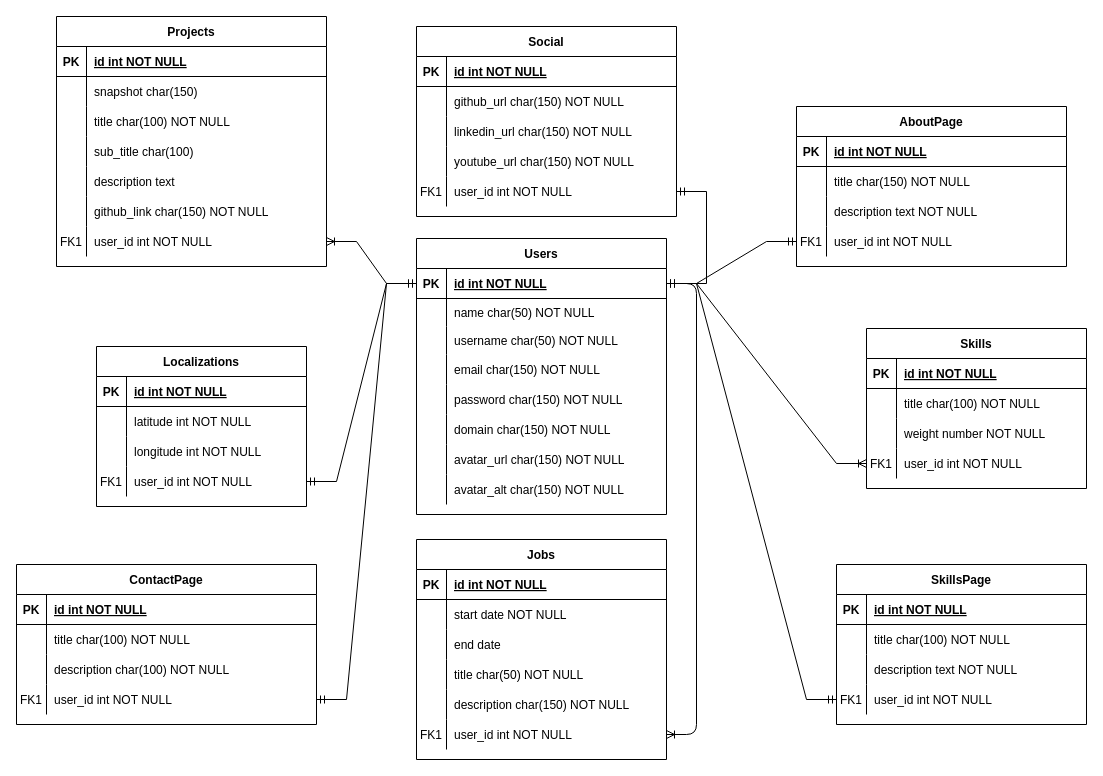
The draw.io diagram ikatoo.drawio in mckatoo/ikatoo-backend-old, before the edit. Source tidied: cells renumbered, new cells numbered last; positions are measured from the earlier drawing's top-left corner, leaving out a move shared by most shapes. Both pictures are drawn from the tidied source at 100%, with x=0, y=0 at pixel (16, 16).
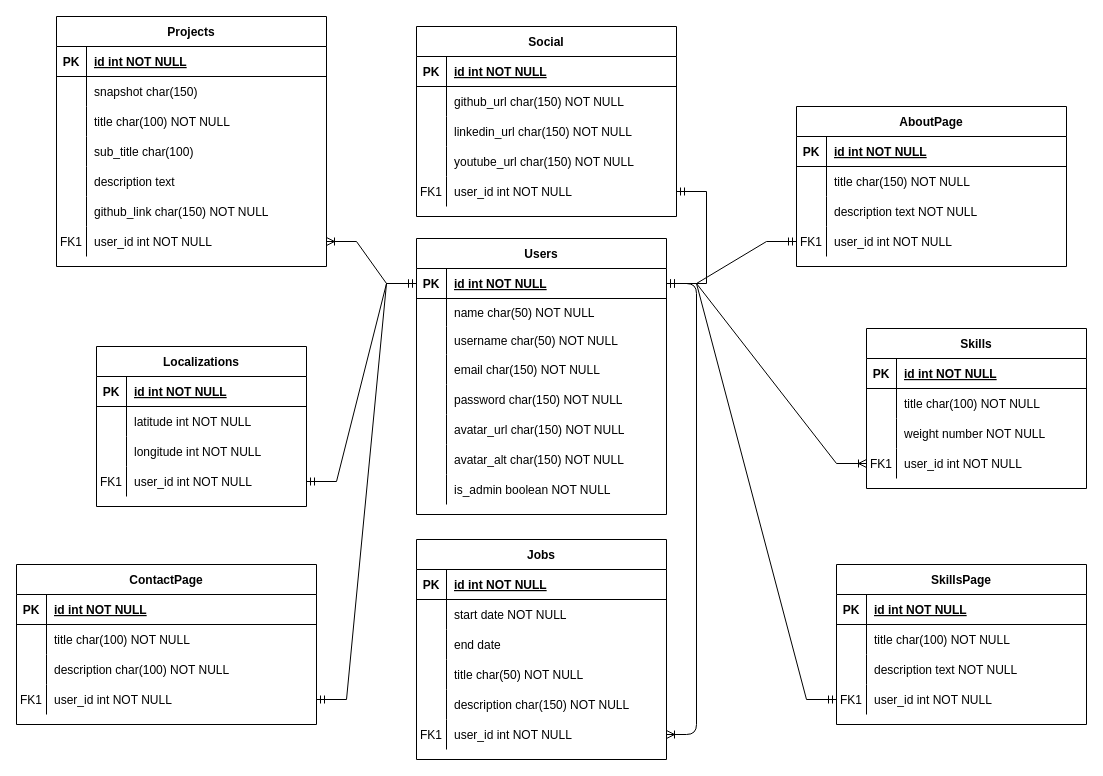
The same page after the edit.

Commit message:
remove domain and add is_admin

The change refers to these unchanged cells:
```xml
<mxCell id="18" value="Users" style="shape=table;startSize=30;childLayout=tableLayout;rowLines=0;fontStyle=1;align=center;" parent="1" vertex="1">
  <mxGeometry x="400" y="222" width="250" height="276" as="geometry" />
</mxCell>
```

The edit, as a diff of the source:
```diff
@@
-    <mxCell id="34" style="shape=partialRectangle;fillColor=none;top=0;left=0;right=0;bottom=0;" parent="18" vertex="1">
-      <mxGeometry y="176" width="250" height="30" as="geometry" />
-    </mxCell>
-    <mxCell id="35" style="shape=partialRectangle;overflow=hidden;fillColor=none;top=0;left=0;bottom=0;right=0;" parent="34" vertex="1">
-      <mxGeometry width="30" height="30" as="geometry" />
-    </mxCell>
-    <mxCell id="36" value="domain char(150) NOT NULL" style="shape=partialRectangle;overflow=hidden;fillColor=none;top=0;left=0;bottom=0;right=0;align=left;spacingLeft=6;" parent="34" vertex="1">
-      <mxGeometry x="30" width="220" height="30" as="geometry" />
-    </mxCell>
     <mxCell id="37" style="shape=partialRectangle;fillColor=none;top=0;left=0;right=0;bottom=0;" parent="18" vertex="1">
-      <mxGeometry y="206" width="250" height="30" as="geometry" />
+      <mxGeometry y="176" width="250" height="30" as="geometry" />
     </mxCell>
@@
     <mxCell id="40" style="shape=partialRectangle;fillColor=none;top=0;left=0;right=0;bottom=0;" parent="18" vertex="1">
-      <mxGeometry y="236" width="250" height="30" as="geometry" />
+      <mxGeometry y="206" width="250" height="30" as="geometry" />
     </mxCell>
@@
+    <mxCell id="157" style="shape=partialRectangle;fillColor=none;top=0;left=0;right=0;bottom=0;" parent="18" vertex="1">
+      <mxGeometry y="236" width="250" height="30" as="geometry" />
+    </mxCell>
+    <mxCell id="35" style="shape=partialRectangle;overflow=hidden;fillColor=none;top=0;left=0;bottom=0;right=0;" parent="157" vertex="1">
+      <mxGeometry width="30" height="30" as="geometry" />
+    </mxCell>
+    <mxCell id="158" value="is_admin boolean NOT NULL" style="shape=partialRectangle;overflow=hidden;fillColor=none;top=0;left=0;bottom=0;right=0;align=left;spacingLeft=6;" parent="157" vertex="1">
+      <mxGeometry x="30" width="220" height="30" as="geometry" />
+    </mxCell>
```
